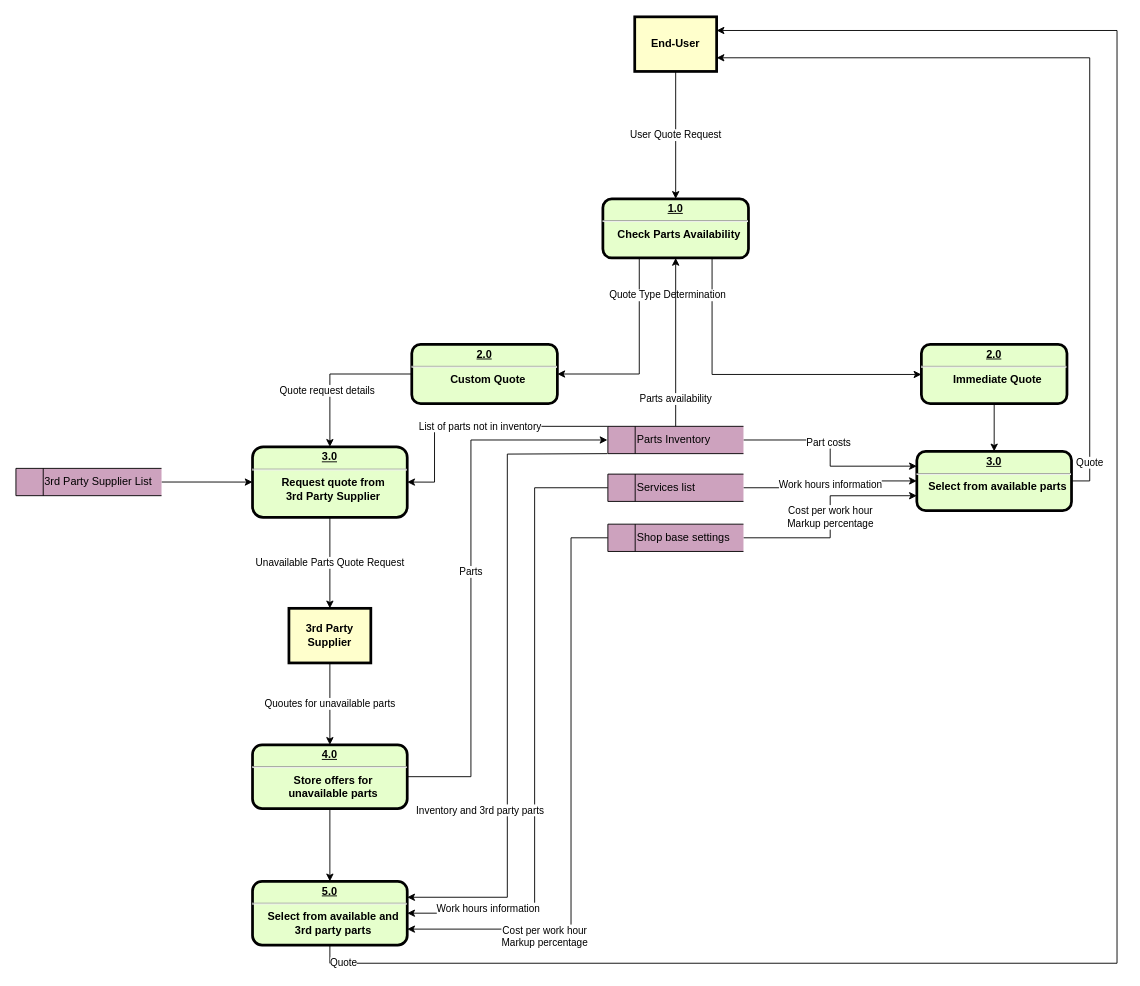
Before: Data_Flow_Diagrams/QuoteDFD.drawio in Awrmani/AutoQuotes, a draw.io diagram. Source tidied: cells renumbered, new cells numbered last; positions are measured from the earlier drawing's top-left corner, leaving out a move shared by most shapes. Both pictures are drawn from the tidied source at 91%, with x=0, y=0 at pixel (15, 16).
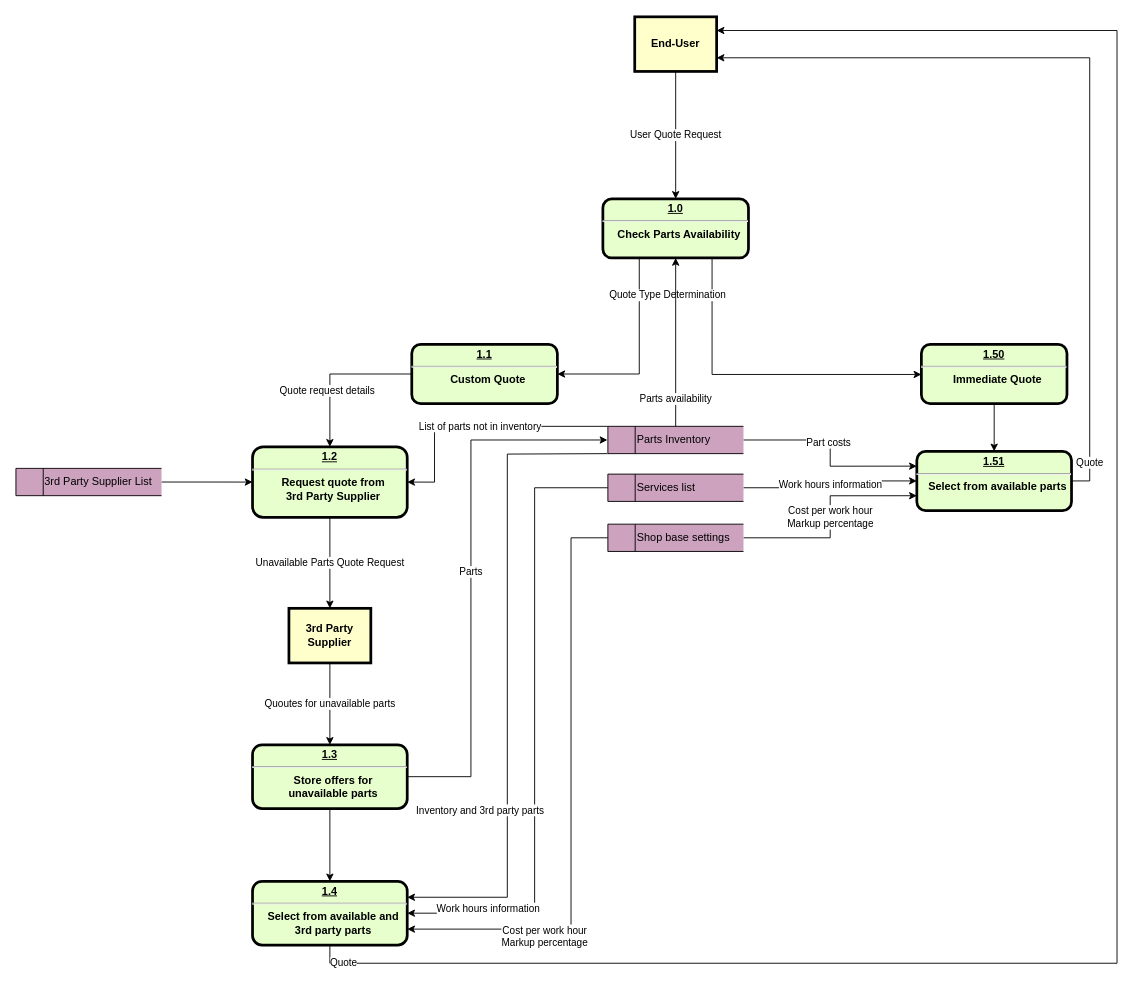
The same page after the edit.

Commit message:
fix: Quote DFD numbering

The edit, as a diff of the source:
```diff
@@
-    <mxCell id="10" value="&lt;p style=&quot;margin: 0px; margin-top: 4px; text-align: center; text-decoration: underline;&quot;&gt;&lt;strong&gt;2.0&lt;/strong&gt;&lt;/p&gt;&lt;hr&gt;&lt;p style=&quot;margin: 0px; margin-left: 8px;&quot;&gt;Immediate Quote&lt;/p&gt;" style="verticalAlign=middle;align=center;overflow=fill;fontSize=12;fontFamily=Helvetica;html=1;rounded=1;fontStyle=1;strokeWidth=3;fillColor=#E6FFCC;" parent="1" vertex="1">
+    <mxCell id="10" value="&lt;p style=&quot;margin: 0px; margin-top: 4px; text-align: center; text-decoration: underline;&quot;&gt;&lt;strong&gt;1.50&lt;/strong&gt;&lt;/p&gt;&lt;hr&gt;&lt;p style=&quot;margin: 0px; margin-left: 8px;&quot;&gt;Immediate Quote&lt;/p&gt;" style="verticalAlign=middle;align=center;overflow=fill;fontSize=12;fontFamily=Helvetica;html=1;rounded=1;fontStyle=1;strokeWidth=3;fillColor=#E6FFCC;" parent="1" vertex="1">
       <mxGeometry x="995" y="360" width="160" height="65" as="geometry" />
     </mxCell>
@@
-    <mxCell id="13" value="&lt;p style=&quot;margin: 0px; margin-top: 4px; text-align: center; text-decoration: underline;&quot;&gt;&lt;strong&gt;2.0&lt;/strong&gt;&lt;/p&gt;&lt;hr&gt;&lt;p style=&quot;margin: 0px; margin-left: 8px;&quot;&gt;Custom Quote&lt;/p&gt;" style="verticalAlign=middle;align=center;overflow=fill;fontSize=12;fontFamily=Helvetica;html=1;rounded=1;fontStyle=1;strokeWidth=3;fillColor=#E6FFCC;" parent="1" vertex="1">
+    <mxCell id="13" value="&lt;p style=&quot;margin: 0px; margin-top: 4px; text-align: center; text-decoration: underline;&quot;&gt;&lt;strong&gt;1.1&lt;/strong&gt;&lt;/p&gt;&lt;hr&gt;&lt;p style=&quot;margin: 0px; margin-left: 8px;&quot;&gt;Custom Quote&lt;/p&gt;" style="verticalAlign=middle;align=center;overflow=fill;fontSize=12;fontFamily=Helvetica;html=1;rounded=1;fontStyle=1;strokeWidth=3;fillColor=#E6FFCC;" parent="1" vertex="1">
       <mxGeometry x="435" y="360" width="160" height="65" as="geometry" />
     </mxCell>
@@
-    <mxCell id="24" value="&lt;p style=&quot;margin: 0px; margin-top: 4px; text-align: center; text-decoration: underline;&quot;&gt;&lt;strong&gt;3.0&lt;/strong&gt;&lt;/p&gt;&lt;hr&gt;&lt;p style=&quot;margin: 0px; margin-left: 8px;&quot;&gt;Request quote from&lt;br&gt;3rd Party Supplier&lt;/p&gt;" style="verticalAlign=middle;align=center;overflow=fill;fontSize=12;fontFamily=Helvetica;html=1;rounded=1;fontStyle=1;strokeWidth=3;fillColor=#E6FFCC;" parent="1" vertex="1">
+    <mxCell id="24" value="&lt;p style=&quot;margin: 0px; margin-top: 4px; text-align: center; text-decoration: underline;&quot;&gt;&lt;strong&gt;1.2&lt;/strong&gt;&lt;/p&gt;&lt;hr&gt;&lt;p style=&quot;margin: 0px; margin-left: 8px;&quot;&gt;Request quote from&lt;br&gt;3rd Party Supplier&lt;/p&gt;" style="verticalAlign=middle;align=center;overflow=fill;fontSize=12;fontFamily=Helvetica;html=1;rounded=1;fontStyle=1;strokeWidth=3;fillColor=#E6FFCC;" parent="1" vertex="1">
       <mxGeometry x="260" y="472.5" width="170" height="77.5" as="geometry" />
     </mxCell>
@@
-    <mxCell id="28" value="&lt;p style=&quot;margin: 0px; margin-top: 4px; text-align: center; text-decoration: underline;&quot;&gt;&lt;strong&gt;4.0&lt;/strong&gt;&lt;/p&gt;&lt;hr&gt;&lt;p style=&quot;margin: 0px; margin-left: 8px;&quot;&gt;Store offers for&lt;br&gt;unavailable parts&lt;/p&gt;" style="verticalAlign=middle;align=center;overflow=fill;fontSize=12;fontFamily=Helvetica;html=1;rounded=1;fontStyle=1;strokeWidth=3;fillColor=#E6FFCC;" parent="1" vertex="1">
+    <mxCell id="28" value="&lt;p style=&quot;margin: 0px; margin-top: 4px; text-align: center; text-decoration: underline;&quot;&gt;&lt;strong&gt;1.3&lt;/strong&gt;&lt;/p&gt;&lt;hr&gt;&lt;p style=&quot;margin: 0px; margin-left: 8px;&quot;&gt;Store offers for&lt;br&gt;unavailable parts&lt;/p&gt;" style="verticalAlign=middle;align=center;overflow=fill;fontSize=12;fontFamily=Helvetica;html=1;rounded=1;fontStyle=1;strokeWidth=3;fillColor=#E6FFCC;" parent="1" vertex="1">
       <mxGeometry x="260" y="800" width="170" height="70" as="geometry" />
     </mxCell>
@@
-    <mxCell id="30" value="&lt;p style=&quot;margin: 0px; margin-top: 4px; text-align: center; text-decoration: underline;&quot;&gt;&lt;strong&gt;3.0&lt;/strong&gt;&lt;/p&gt;&lt;hr&gt;&lt;p style=&quot;margin: 0px; margin-left: 8px;&quot;&gt;Select from available parts&lt;/p&gt;" style="verticalAlign=middle;align=center;overflow=fill;fontSize=12;fontFamily=Helvetica;html=1;rounded=1;fontStyle=1;strokeWidth=3;fillColor=#E6FFCC;" parent="1" vertex="1">
+    <mxCell id="30" value="&lt;p style=&quot;margin: 0px; margin-top: 4px; text-align: center; text-decoration: underline;&quot;&gt;&lt;strong&gt;1.51&lt;/strong&gt;&lt;/p&gt;&lt;hr&gt;&lt;p style=&quot;margin: 0px; margin-left: 8px;&quot;&gt;Select from available parts&lt;/p&gt;" style="verticalAlign=middle;align=center;overflow=fill;fontSize=12;fontFamily=Helvetica;html=1;rounded=1;fontStyle=1;strokeWidth=3;fillColor=#E6FFCC;" parent="1" vertex="1">
       <mxGeometry x="990" y="477.5" width="170" height="65" as="geometry" />
     </mxCell>
@@
-    <mxCell id="36" value="&lt;p style=&quot;margin: 0px; margin-top: 4px; text-align: center; text-decoration: underline;&quot;&gt;&lt;strong&gt;5.0&lt;/strong&gt;&lt;/p&gt;&lt;hr&gt;&lt;p style=&quot;margin: 0px; margin-left: 8px;&quot;&gt;Select from available and&lt;br&gt;3rd party parts&lt;/p&gt;" style="verticalAlign=middle;align=center;overflow=fill;fontSize=12;fontFamily=Helvetica;html=1;rounded=1;fontStyle=1;strokeWidth=3;fillColor=#E6FFCC;" parent="1" vertex="1">
+    <mxCell id="36" value="&lt;p style=&quot;margin: 0px; margin-top: 4px; text-align: center; text-decoration: underline;&quot;&gt;&lt;strong&gt;1.4&lt;/strong&gt;&lt;/p&gt;&lt;hr&gt;&lt;p style=&quot;margin: 0px; margin-left: 8px;&quot;&gt;Select from available and&lt;br&gt;3rd party parts&lt;/p&gt;" style="verticalAlign=middle;align=center;overflow=fill;fontSize=12;fontFamily=Helvetica;html=1;rounded=1;fontStyle=1;strokeWidth=3;fillColor=#E6FFCC;" parent="1" vertex="1">
       <mxGeometry x="260" y="950" width="170" height="70" as="geometry" />
     </mxCell>
```
